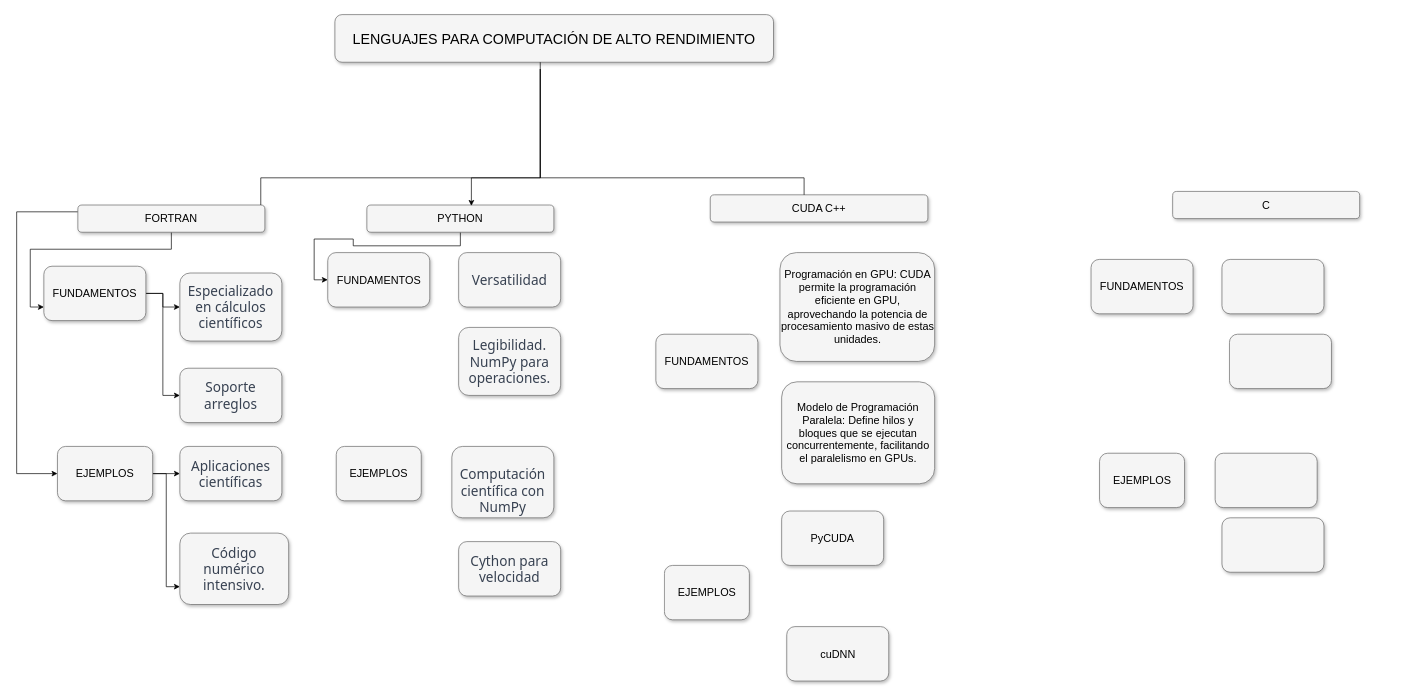
Above: Diagrama sin título.drawio in Brayan-Juma/Explorer (draw.io), before the change. Source tidied: cells renumbered, new cells numbered last; positions are measured from the earlier drawing's top-left corner, leaving out a move shared by most shapes. Both pictures are drawn from the tidied source at 68%, with x=0, y=0 at pixel (16, 14).
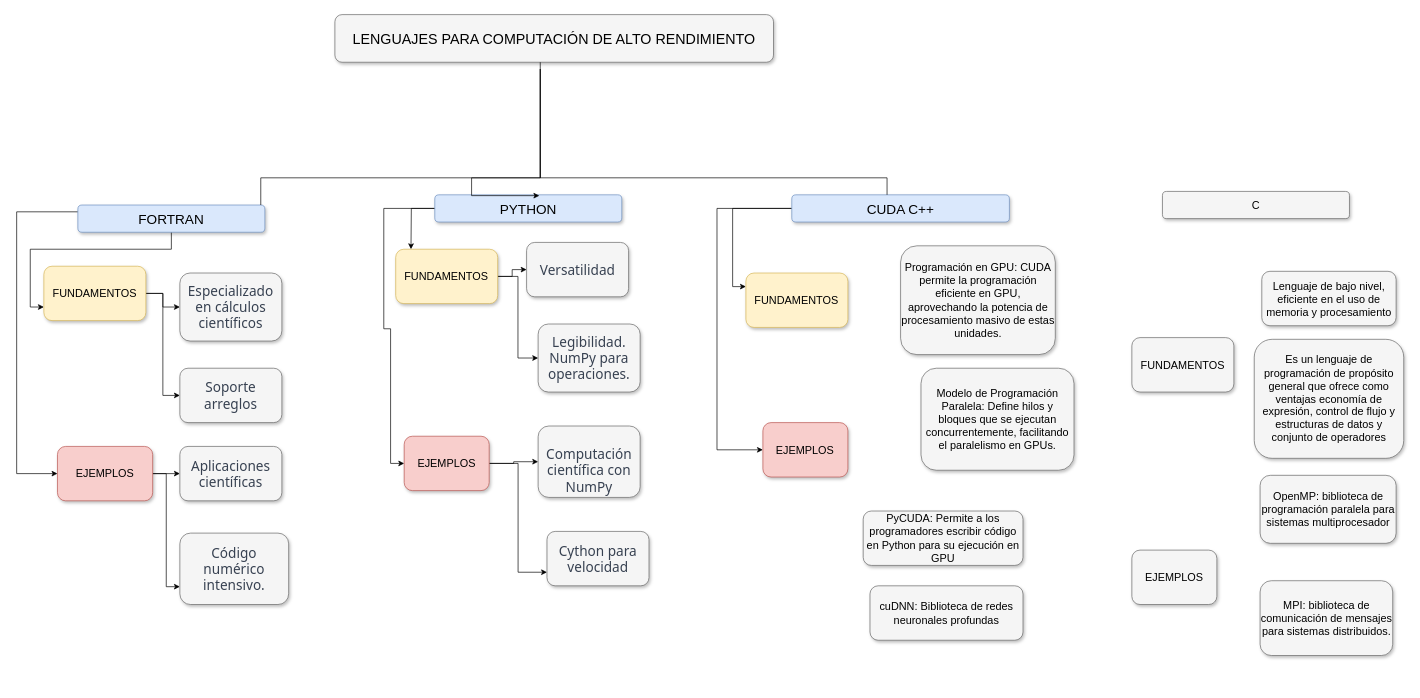
The same page after the edit.

What changed in the source:
```diff
@@
-    <mxCell id="5" value="FORTRAN" style="whiteSpace=wrap;html=1;rounded=1;shadow=1;strokeWidth=1;fontSize=16;align=center;fillColor=#f5f5f5;strokeColor=#666666;" parent="1" vertex="1">
+    <mxCell id="5" value="&lt;font style=&quot;font-size: 20px;&quot;&gt;FORTRAN&lt;/font&gt;" style="whiteSpace=wrap;html=1;rounded=1;shadow=1;strokeWidth=1;fontSize=16;align=center;fillColor=#dae8fc;strokeColor=#6c8ebf;" parent="1" vertex="1">
       <mxGeometry x="90" y="280" width="275" height="40" as="geometry" />
     </mxCell>
-    <mxCell id="6" style="edgeStyle=orthogonalEdgeStyle;rounded=0;jettySize=auto;html=1;entryX=0;entryY=0.5;entryDx=0;entryDy=0;" parent="1" edge="1" source="7" target="18">
-      <mxGeometry relative="1" as="geometry" />
-    </mxCell>
+    <mxCell id="41" style="edgeStyle=orthogonalEdgeStyle;rounded=0;jettySize=auto;html=1;entryX=0;entryY=0.5;entryDx=0;entryDy=0;" parent="1" edge="1" source="7" target="19">
+      <mxGeometry relative="1" as="geometry">
+        <Array as="points">
+          <mxPoint x="539.9" y="285" />
+          <mxPoint x="539.9" y="462" />
+          <mxPoint x="549.9" y="462" />
+          <mxPoint x="549.9" y="660" />
+        </Array>
+      </mxGeometry>
+    </mxCell>
+    <mxCell id="42" style="edgeStyle=orthogonalEdgeStyle;rounded=0;jettySize=auto;html=1;" parent="1" edge="1" source="7">
+      <mxGeometry relative="1" as="geometry">
+        <mxPoint x="579.9" y="345" as="targetPoint" />
+      </mxGeometry>
+    </mxCell>
-    <mxCell id="7" value="PYTHON" style="whiteSpace=wrap;html=1;rounded=1;shadow=1;strokeWidth=1;fontSize=16;align=center;fillColor=#f5f5f5;strokeColor=#666666;" parent="1" vertex="1">
-      <mxGeometry x="515" y="280" width="275" height="40" as="geometry" />
+    <mxCell id="7" value="&lt;font style=&quot;font-size: 20px;&quot;&gt;PYTHON&lt;/font&gt;" style="whiteSpace=wrap;html=1;rounded=1;shadow=1;strokeWidth=1;fontSize=16;align=center;fillColor=#dae8fc;strokeColor=#6c8ebf;" parent="1" vertex="1">
+      <mxGeometry x="614.9" y="265" width="275" height="40" as="geometry" />
     </mxCell>
+    <mxCell id="43" style="edgeStyle=orthogonalEdgeStyle;rounded=0;jettySize=auto;html=1;entryX=0;entryY=0.25;entryDx=0;entryDy=0;" parent="1" edge="1" source="8" target="29">
+      <mxGeometry relative="1" as="geometry">
+        <Array as="points">
+          <mxPoint x="1052.9" y="285" />
+          <mxPoint x="1052.9" y="400" />
+        </Array>
+      </mxGeometry>
+    </mxCell>
+    <mxCell id="44" style="edgeStyle=orthogonalEdgeStyle;rounded=0;jettySize=auto;html=1;entryX=0;entryY=0.5;entryDx=0;entryDy=0;" parent="1" edge="1" source="8" target="30">
+      <mxGeometry relative="1" as="geometry">
+        <Array as="points">
+          <mxPoint x="1029.9" y="285" />
+          <mxPoint x="1029.9" y="640" />
+        </Array>
+      </mxGeometry>
+    </mxCell>
-    <mxCell id="8" value="CUDA C++" style="whiteSpace=wrap;html=1;rounded=1;shadow=1;strokeWidth=1;fontSize=16;align=center;fillColor=#f5f5f5;strokeColor=#666666;" parent="1" vertex="1">
-      <mxGeometry x="1020" y="265" width="320" height="40" as="geometry" />
+    <mxCell id="8" value="&lt;font style=&quot;font-size: 20px;&quot;&gt;CUDA C++&lt;/font&gt;" style="whiteSpace=wrap;html=1;rounded=1;shadow=1;strokeWidth=1;fontSize=16;align=center;fillColor=#dae8fc;strokeColor=#6c8ebf;" parent="1" vertex="1">
+      <mxGeometry x="1139.9" y="265" width="320" height="40" as="geometry" />
     </mxCell>
     <mxCell id="9" value="C" style="whiteSpace=wrap;html=1;rounded=1;shadow=1;strokeWidth=1;fontSize=16;align=center;fillColor=#f5f5f5;strokeColor=#666666;" parent="1" vertex="1">
-      <mxGeometry x="1700" y="260" width="275" height="40" as="geometry" />
+      <mxGeometry x="1685" y="260" width="275" height="40" as="geometry" />
     </mxCell>
@@
-    <mxCell id="12" value="FUNDAMENTOS" style="whiteSpace=wrap;html=1;rounded=1;shadow=1;strokeWidth=1;fontSize=16;align=center;fillColor=#f5f5f5;strokeColor=#666666;" parent="1" vertex="1">
+    <mxCell id="12" value="FUNDAMENTOS" style="whiteSpace=wrap;html=1;rounded=1;shadow=1;strokeWidth=1;fontSize=16;align=center;fillColor=#fff2cc;strokeColor=#d6b656;" parent="1" vertex="1">
       <mxGeometry x="40" y="370" width="150" height="80" as="geometry" />
     </mxCell>
@@
-    <mxCell id="15" value="EJEMPLOS&lt;br&gt;" style="whiteSpace=wrap;html=1;rounded=1;shadow=1;strokeWidth=1;fontSize=16;align=center;fillColor=#f5f5f5;strokeColor=#666666;" parent="1" vertex="1">
+    <mxCell id="15" value="EJEMPLOS&lt;br&gt;" style="whiteSpace=wrap;html=1;rounded=1;shadow=1;strokeWidth=1;fontSize=16;align=center;fillColor=#f8cecc;strokeColor=#b85450;" parent="1" vertex="1">
       <mxGeometry x="60" y="635" width="140" height="80" as="geometry" />
     </mxCell>
@@
     <mxCell id="17" style="edgeStyle=orthogonalEdgeStyle;html=1;startSize=6;endFill=0;endSize=6;strokeWidth=1;fontSize=16;rounded=0;endArrow=none;" parent="1" edge="1" target="8">
       <mxGeometry relative="1" as="geometry">
         <mxPoint x="770" y="80" as="sourcePoint" />
         <Array as="points">
           <mxPoint x="770" y="240" />
-          <mxPoint x="1158" y="240" />
+          <mxPoint x="1280" y="240" />
         </Array>
       </mxGeometry>
     </mxCell>
+    <mxCell id="45" style="edgeStyle=orthogonalEdgeStyle;rounded=0;jettySize=auto;html=1;" parent="1" edge="1" source="18" target="24">
+      <mxGeometry relative="1" as="geometry" />
+    </mxCell>
+    <mxCell id="46" style="edgeStyle=orthogonalEdgeStyle;rounded=0;jettySize=auto;html=1;entryX=0;entryY=0.5;entryDx=0;entryDy=0;" parent="1" edge="1" source="18" target="26">
+      <mxGeometry relative="1" as="geometry" />
+    </mxCell>
-    <mxCell id="18" value="FUNDAMENTOS" style="whiteSpace=wrap;html=1;rounded=1;shadow=1;strokeWidth=1;fontSize=16;align=center;fillColor=#f5f5f5;strokeColor=#666666;" parent="1" vertex="1">
-      <mxGeometry x="457.5" y="350" width="150" height="80" as="geometry" />
+    <mxCell id="18" value="FUNDAMENTOS" style="whiteSpace=wrap;html=1;rounded=1;shadow=1;strokeWidth=1;fontSize=16;align=center;fillColor=#fff2cc;strokeColor=#d6b656;" parent="1" vertex="1">
+      <mxGeometry x="557.4" y="345" width="150" height="80" as="geometry" />
     </mxCell>
+    <mxCell id="47" style="edgeStyle=orthogonalEdgeStyle;rounded=0;jettySize=auto;html=1;entryX=0;entryY=0.5;entryDx=0;entryDy=0;" parent="1" edge="1" source="19" target="25">
+      <mxGeometry relative="1" as="geometry" />
+    </mxCell>
+    <mxCell id="48" style="edgeStyle=orthogonalEdgeStyle;rounded=0;jettySize=auto;html=1;entryX=0;entryY=0.75;entryDx=0;entryDy=0;" parent="1" edge="1" source="19" target="27">
+      <mxGeometry relative="1" as="geometry" />
+    </mxCell>
-    <mxCell id="19" value="EJEMPLOS&lt;br&gt;" style="whiteSpace=wrap;html=1;rounded=1;shadow=1;strokeWidth=1;fontSize=16;align=center;fillColor=#f5f5f5;strokeColor=#666666;" parent="1" vertex="1">
-      <mxGeometry x="470" y="635" width="125" height="80" as="geometry" />
+    <mxCell id="19" value="EJEMPLOS&lt;br&gt;" style="whiteSpace=wrap;html=1;rounded=1;shadow=1;strokeWidth=1;fontSize=16;align=center;fillColor=#f8cecc;strokeColor=#b85450;" parent="1" vertex="1">
+      <mxGeometry x="569.9" y="620" width="125" height="80" as="geometry" />
     </mxCell>
@@
     <mxCell id="24" value="&lt;font style=&quot;font-size: 20px;&quot;&gt;&lt;span style=&quot;color: rgb(55, 65, 81); font-family: Söhne, ui-sans-serif, system-ui, -apple-system, &amp;quot;Segoe UI&amp;quot;, Roboto, Ubuntu, Cantarell, &amp;quot;Noto Sans&amp;quot;, sans-serif, &amp;quot;Helvetica Neue&amp;quot;, Arial, &amp;quot;Apple Color Emoji&amp;quot;, &amp;quot;Segoe UI Emoji&amp;quot;, &amp;quot;Segoe UI Symbol&amp;quot;, &amp;quot;Noto Color Emoji&amp;quot;; font-style: normal; font-variant-ligatures: normal; font-variant-caps: normal; font-weight: 400; letter-spacing: normal; orphans: 2; text-align: left; text-indent: 0px; text-transform: none; widows: 2; word-spacing: 0px; -webkit-text-stroke-width: 0px; text-decoration-thickness: initial; text-decoration-style: initial; text-decoration-color: initial; float: none; display: inline !important;&quot;&gt;Versatilidad&lt;/span&gt;&lt;br&gt;&lt;/font&gt;" style="whiteSpace=wrap;html=1;rounded=1;shadow=1;strokeWidth=1;fontSize=16;align=center;fillColor=#f5f5f5;strokeColor=#666666;" parent="1" vertex="1">
-      <mxGeometry x="650" y="350" width="150" height="80" as="geometry" />
+      <mxGeometry x="749.9" y="335" width="150" height="80" as="geometry" />
     </mxCell>
     <mxCell id="25" value="&lt;font style=&quot;font-size: 20px;&quot;&gt;&lt;br&gt;&lt;span style=&quot;color: rgb(55, 65, 81); font-family: Söhne, ui-sans-serif, system-ui, -apple-system, &amp;quot;Segoe UI&amp;quot;, Roboto, Ubuntu, Cantarell, &amp;quot;Noto Sans&amp;quot;, sans-serif, &amp;quot;Helvetica Neue&amp;quot;, Arial, &amp;quot;Apple Color Emoji&amp;quot;, &amp;quot;Segoe UI Emoji&amp;quot;, &amp;quot;Segoe UI Symbol&amp;quot;, &amp;quot;Noto Color Emoji&amp;quot;; font-style: normal; font-variant-ligatures: normal; font-variant-caps: normal; font-weight: 400; letter-spacing: normal; orphans: 2; text-align: left; text-indent: 0px; text-transform: none; widows: 2; word-spacing: 0px; -webkit-text-stroke-width: 0px; text-decoration-thickness: initial; text-decoration-style: initial; text-decoration-color: initial; float: none; display: inline !important;&quot;&gt;Computación científica con NumPy&lt;/span&gt;&lt;br&gt;&lt;/font&gt;" style="whiteSpace=wrap;html=1;rounded=1;shadow=1;strokeWidth=1;fontSize=16;align=center;fillColor=#f5f5f5;strokeColor=#666666;" parent="1" vertex="1">
-      <mxGeometry x="640" y="635" width="150" height="105" as="geometry" />
+      <mxGeometry x="766.9" y="605" width="150" height="105" as="geometry" />
     </mxCell>
     <mxCell id="26" value="&lt;font style=&quot;font-size: 20px;&quot;&gt;&lt;span style=&quot;color: rgb(55, 65, 81); font-family: Söhne, ui-sans-serif, system-ui, -apple-system, &amp;quot;Segoe UI&amp;quot;, Roboto, Ubuntu, Cantarell, &amp;quot;Noto Sans&amp;quot;, sans-serif, &amp;quot;Helvetica Neue&amp;quot;, Arial, &amp;quot;Apple Color Emoji&amp;quot;, &amp;quot;Segoe UI Emoji&amp;quot;, &amp;quot;Segoe UI Symbol&amp;quot;, &amp;quot;Noto Color Emoji&amp;quot;; font-style: normal; font-variant-ligatures: normal; font-variant-caps: normal; font-weight: 400; letter-spacing: normal; orphans: 2; text-align: left; text-indent: 0px; text-transform: none; widows: 2; word-spacing: 0px; -webkit-text-stroke-width: 0px; text-decoration-thickness: initial; text-decoration-style: initial; text-decoration-color: initial; float: none; display: inline !important;&quot;&gt;Legibilidad. NumPy para operaciones.&lt;/span&gt;&lt;br&gt;&lt;/font&gt;" style="whiteSpace=wrap;html=1;rounded=1;shadow=1;strokeWidth=1;fontSize=16;align=center;fillColor=#f5f5f5;strokeColor=#666666;" parent="1" vertex="1">
-      <mxGeometry x="650" y="460" width="150" height="100" as="geometry" />
+      <mxGeometry x="766.9" y="455" width="150" height="100" as="geometry" />
     </mxCell>
     <mxCell id="27" value="&lt;font style=&quot;font-size: 20px;&quot;&gt;&lt;span style=&quot;color: rgb(55, 65, 81); font-family: Söhne, ui-sans-serif, system-ui, -apple-system, &amp;quot;Segoe UI&amp;quot;, Roboto, Ubuntu, Cantarell, &amp;quot;Noto Sans&amp;quot;, sans-serif, &amp;quot;Helvetica Neue&amp;quot;, Arial, &amp;quot;Apple Color Emoji&amp;quot;, &amp;quot;Segoe UI Emoji&amp;quot;, &amp;quot;Segoe UI Symbol&amp;quot;, &amp;quot;Noto Color Emoji&amp;quot;; font-style: normal; font-variant-ligatures: normal; font-variant-caps: normal; font-weight: 400; letter-spacing: normal; orphans: 2; text-align: left; text-indent: 0px; text-transform: none; widows: 2; word-spacing: 0px; -webkit-text-stroke-width: 0px; text-decoration-thickness: initial; text-decoration-style: initial; text-decoration-color: initial; float: none; display: inline !important;&quot;&gt;Cython para velocidad&lt;/span&gt;&lt;br&gt;&lt;/font&gt;" style="whiteSpace=wrap;html=1;rounded=1;shadow=1;strokeWidth=1;fontSize=16;align=center;fillColor=#f5f5f5;strokeColor=#666666;" parent="1" vertex="1">
-      <mxGeometry x="650" y="775" width="150" height="80" as="geometry" />
+      <mxGeometry x="779.9" y="760" width="150" height="80" as="geometry" />
     </mxCell>
@@
-    <mxCell id="29" value="FUNDAMENTOS" style="whiteSpace=wrap;html=1;rounded=1;shadow=1;strokeWidth=1;fontSize=16;align=center;fillColor=#f5f5f5;strokeColor=#666666;" parent="1" vertex="1">
-      <mxGeometry x="940" y="470" width="150" height="80" as="geometry" />
+    <mxCell id="29" value="FUNDAMENTOS" style="whiteSpace=wrap;html=1;rounded=1;shadow=1;strokeWidth=1;fontSize=16;align=center;fillColor=#fff2cc;strokeColor=#d6b656;" parent="1" vertex="1">
+      <mxGeometry x="1072.4" y="380" width="150" height="80" as="geometry" />
     </mxCell>
-    <mxCell id="30" value="EJEMPLOS&lt;br&gt;" style="whiteSpace=wrap;html=1;rounded=1;shadow=1;strokeWidth=1;fontSize=16;align=center;fillColor=#f5f5f5;strokeColor=#666666;" parent="1" vertex="1">
-      <mxGeometry x="952.5" y="810" width="125" height="80" as="geometry" />
+    <mxCell id="30" value="EJEMPLOS&lt;br&gt;" style="whiteSpace=wrap;html=1;rounded=1;shadow=1;strokeWidth=1;fontSize=16;align=center;fillColor=#f8cecc;strokeColor=#b85450;" parent="1" vertex="1">
+      <mxGeometry x="1097.4" y="600" width="125" height="80" as="geometry" />
     </mxCell>
-    <mxCell id="31" value="PyCUDA" style="whiteSpace=wrap;html=1;rounded=1;shadow=1;strokeWidth=1;fontSize=16;align=center;fillColor=#f5f5f5;strokeColor=#666666;" parent="1" vertex="1">
-      <mxGeometry x="1125" y="730" width="150" height="80" as="geometry" />
+    <mxCell id="31" value="PyCUDA:&amp;nbsp;Permite a los programadores escribir código en Python para su ejecución en GPU&lt;br&gt;" style="whiteSpace=wrap;html=1;rounded=1;shadow=1;strokeWidth=1;fontSize=16;align=center;fillColor=#f5f5f5;strokeColor=#666666;" parent="1" vertex="1">
+      <mxGeometry x="1244.9" y="730" width="235" height="80" as="geometry" />
     </mxCell>
     <mxCell id="32" value="Modelo de Programación Paralela: Define hilos y bloques que se ejecutan concurrentemente, facilitando el paralelismo en GPUs." style="whiteSpace=wrap;html=1;rounded=1;shadow=1;strokeWidth=1;fontSize=16;align=center;fillColor=#f5f5f5;strokeColor=#666666;" parent="1" vertex="1">
-      <mxGeometry x="1125" y="540" width="225" height="150" as="geometry" />
+      <mxGeometry x="1329.9" y="520" width="225" height="150" as="geometry" />
     </mxCell>
     <mxCell id="33" value="Programación en GPU: CUDA permite la programación eficiente en GPU, aprovechando la potencia de procesamiento masivo de estas unidades." style="whiteSpace=wrap;html=1;rounded=1;shadow=1;strokeWidth=1;fontSize=16;align=center;fillColor=#f5f5f5;strokeColor=#666666;" parent="1" vertex="1">
-      <mxGeometry x="1122.5" y="350" width="227.5" height="160" as="geometry" />
+      <mxGeometry x="1299.9" y="340" width="227.5" height="160" as="geometry" />
     </mxCell>
-    <mxCell id="34" value="cuDNN" style="whiteSpace=wrap;html=1;rounded=1;shadow=1;strokeWidth=1;fontSize=16;align=center;fillColor=#f5f5f5;strokeColor=#666666;" parent="1" vertex="1">
-      <mxGeometry x="1132.5" y="900" width="150" height="80" as="geometry" />
+    <mxCell id="34" value="cuDNN:&amp;nbsp;Biblioteca de redes neuronales profundas" style="whiteSpace=wrap;html=1;rounded=1;shadow=1;strokeWidth=1;fontSize=16;align=center;fillColor=#f5f5f5;strokeColor=#666666;" parent="1" vertex="1">
+      <mxGeometry x="1254.9" y="840" width="225" height="80" as="geometry" />
     </mxCell>
     <mxCell id="35" value="FUNDAMENTOS" style="whiteSpace=wrap;html=1;rounded=1;shadow=1;strokeWidth=1;fontSize=16;align=center;fillColor=#f5f5f5;strokeColor=#666666;" parent="1" vertex="1">
-      <mxGeometry x="1580" y="360" width="150" height="80" as="geometry" />
+      <mxGeometry x="1640" y="475" width="150" height="80" as="geometry" />
     </mxCell>
     <mxCell id="36" value="EJEMPLOS&lt;br&gt;" style="whiteSpace=wrap;html=1;rounded=1;shadow=1;strokeWidth=1;fontSize=16;align=center;fillColor=#f5f5f5;strokeColor=#666666;" parent="1" vertex="1">
-      <mxGeometry x="1592.5" y="645" width="125" height="80" as="geometry" />
+      <mxGeometry x="1640" y="787.5" width="125" height="80" as="geometry" />
     </mxCell>
-    <mxCell id="37" style="whiteSpace=wrap;html=1;rounded=1;shadow=1;strokeWidth=1;fontSize=16;align=center;fillColor=#f5f5f5;strokeColor=#666666;" parent="1" vertex="1">
-      <mxGeometry x="1762.5" y="645" width="150" height="80" as="geometry" />
+    <mxCell id="37" value="OpenMP: biblioteca de programación paralela para sistemas&amp;nbsp;multiprocesador" style="whiteSpace=wrap;html=1;rounded=1;shadow=1;strokeWidth=1;fontSize=16;align=center;fillColor=#f5f5f5;strokeColor=#666666;" parent="1" vertex="1">
+      <mxGeometry x="1828.6" y="677.5" width="200" height="100" as="geometry" />
     </mxCell>
-    <mxCell id="38" style="whiteSpace=wrap;html=1;rounded=1;shadow=1;strokeWidth=1;fontSize=16;align=center;fillColor=#f5f5f5;strokeColor=#666666;" parent="1" vertex="1">
-      <mxGeometry x="1783.5" y="470" width="150" height="80" as="geometry" />
+    <mxCell id="38" value="Es un lenguaje de programación de propósito general que ofrece como ventajas economía de expresión, control de flujo y estructuras de datos y conjunto de operadores" style="whiteSpace=wrap;html=1;rounded=1;shadow=1;strokeWidth=1;fontSize=16;align=center;fillColor=#f5f5f5;strokeColor=#666666;" parent="1" vertex="1">
+      <mxGeometry x="1820" y="477.5" width="219.8" height="175" as="geometry" />
     </mxCell>
-    <mxCell id="39" style="whiteSpace=wrap;html=1;rounded=1;shadow=1;strokeWidth=1;fontSize=16;align=center;fillColor=#f5f5f5;strokeColor=#666666;" parent="1" vertex="1">
-      <mxGeometry x="1772.5" y="360" width="150" height="80" as="geometry" />
+    <mxCell id="39" value="Lenguaje de bajo nivel, eficiente en el uso de memoria y procesamiento" style="whiteSpace=wrap;html=1;rounded=1;shadow=1;strokeWidth=1;fontSize=16;align=center;fillColor=#f5f5f5;strokeColor=#666666;" parent="1" vertex="1">
+      <mxGeometry x="1831.1" y="377.5" width="197.5" height="80" as="geometry" />
     </mxCell>
-    <mxCell id="40" style="whiteSpace=wrap;html=1;rounded=1;shadow=1;strokeWidth=1;fontSize=16;align=center;fillColor=#f5f5f5;strokeColor=#666666;" parent="1" vertex="1">
-      <mxGeometry x="1772.5" y="740" width="150" height="80" as="geometry" />
+    <mxCell id="40" value="MPI: biblioteca de comunicación de mensajes para sistemas distribuidos." style="whiteSpace=wrap;html=1;rounded=1;shadow=1;strokeWidth=1;fontSize=16;align=center;fillColor=#f5f5f5;strokeColor=#666666;" parent="1" vertex="1">
+      <mxGeometry x="1828.6" y="832.5" width="195" height="110" as="geometry" />
     </mxCell>
```
